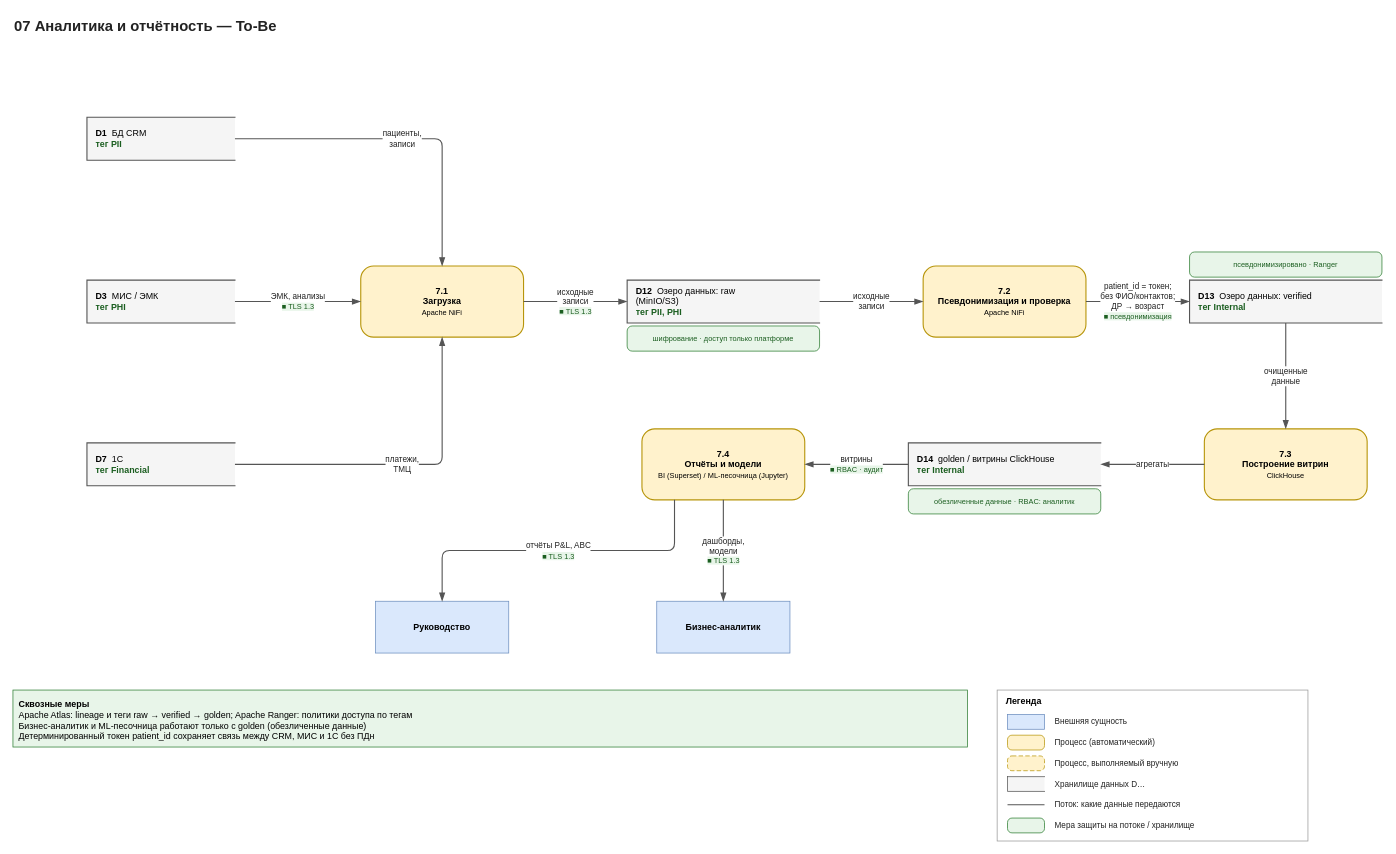
The draw.io diagram page "To-Be" (2 of 2) of Task1/dfd/07-analitika.drawio in iudanet/architecture-medikamente, before the edit. Source tidied: cells renumbered, new cells numbered last; positions are measured from the earlier drawing's top-left corner, leaving out a move shared by most shapes. Both pictures are drawn from the tidied source at 74%, with x=0, y=0 at pixel (13, 13).
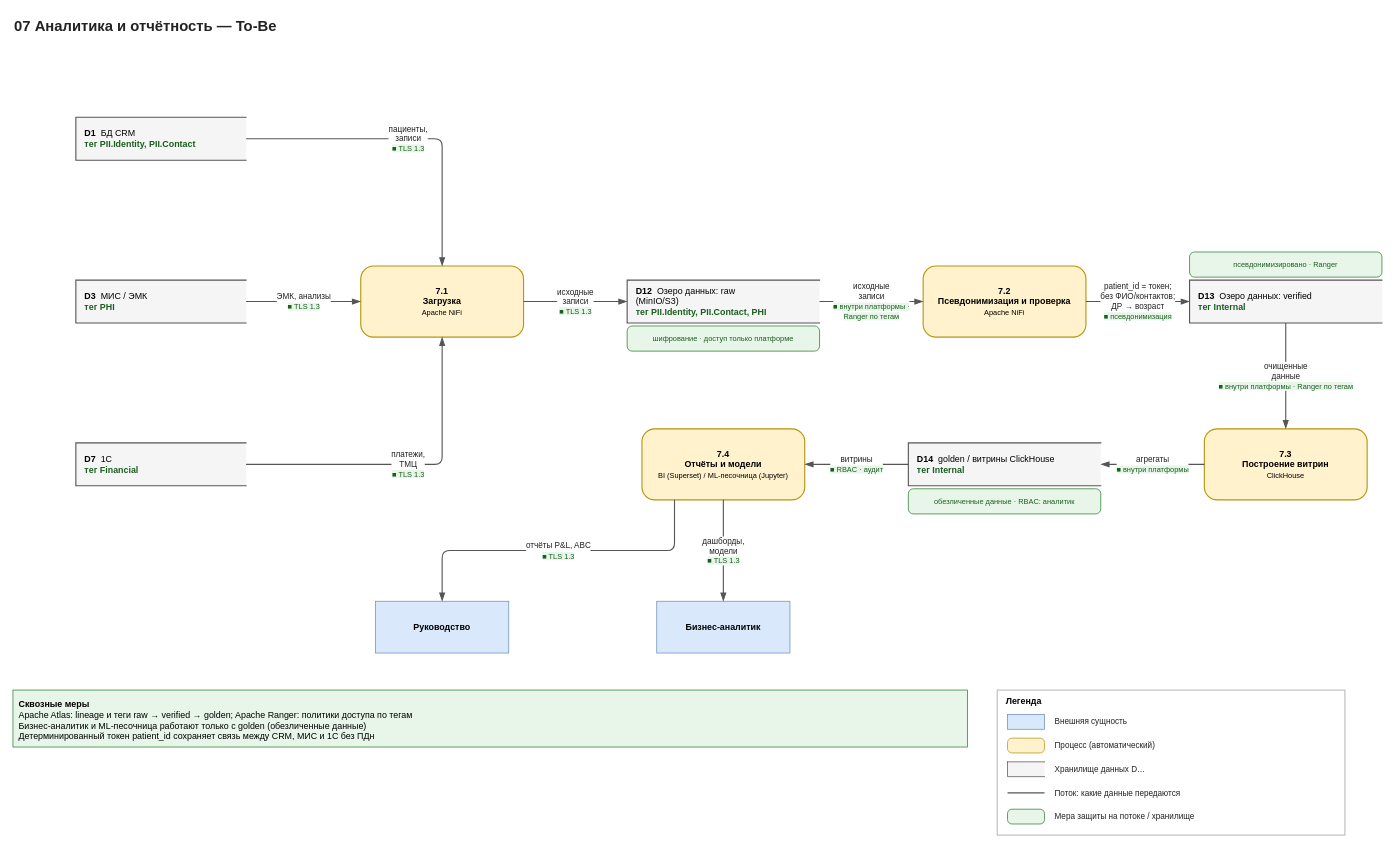
After the change.

Unchanged cells that the change refers to:
```xml
<mxCell id="6" value="&lt;b&gt;7.1&lt;/b&gt;&lt;br&gt;&lt;b&gt;Загрузка&lt;/b&gt;&lt;br&gt;&lt;span style=&quot;font-size:10px&quot;&gt;Apache NiFi&lt;/span&gt;" style="rounded=1;arcSize=18;whiteSpace=wrap;html=1;fillColor=#FFF2CC;strokeColor=#B7950B;strokeWidth=1.5;fontSize=12;spacing=4;" parent="1" vertex="1">
  <mxGeometry x="470" y="342" width="220" height="96" as="geometry" />
</mxCell>
<mxCell id="9" value="&lt;b&gt;7.2&lt;/b&gt;&lt;br&gt;&lt;b&gt;Псевдонимизация и проверка&lt;/b&gt;&lt;br&gt;&lt;span style=&quot;font-size:10px&quot;&gt;Apache NiFi&lt;/span&gt;" style="rounded=1;arcSize=18;whiteSpace=wrap;html=1;fillColor=#FFF2CC;strokeColor=#B7950B;strokeWidth=1.5;fontSize=12;spacing=4;" parent="1" vertex="1">
  <mxGeometry x="1230" y="342" width="220" height="96" as="geometry" />
</mxCell>
<mxCell id="10" value="&lt;b&gt;D13&lt;/b&gt;&amp;nbsp;&amp;nbsp;Озеро данных: verified&lt;br&gt;&lt;font color=&quot;#1B5E20&quot;&gt;&lt;b&gt;тег Internal&lt;/b&gt;&lt;/font&gt;" style="shape=partialRectangle;right=0;whiteSpace=wrap;html=1;fillColor=#F5F5F5;strokeColor=#555555;strokeWidth=1.5;fontSize=12;align=left;spacingLeft=10;" parent="1" vertex="1">
  <mxGeometry x="1590" y="361" width="260" height="58" as="geometry" />
</mxCell>
<mxCell id="12" value="&lt;b&gt;7.3&lt;/b&gt;&lt;br&gt;&lt;b&gt;Построение витрин&lt;/b&gt;&lt;br&gt;&lt;span style=&quot;font-size:10px&quot;&gt;ClickHouse&lt;/span&gt;" style="rounded=1;arcSize=18;whiteSpace=wrap;html=1;fillColor=#FFF2CC;strokeColor=#B7950B;strokeWidth=1.5;fontSize=12;spacing=4;" parent="1" vertex="1">
  <mxGeometry x="1610" y="562" width="220" height="96" as="geometry" />
</mxCell>
<mxCell id="13" value="&lt;b&gt;D14&lt;/b&gt;&amp;nbsp;&amp;nbsp;golden / витрины ClickHouse&lt;br&gt;&lt;font color=&quot;#1B5E20&quot;&gt;&lt;b&gt;тег Internal&lt;/b&gt;&lt;/font&gt;" style="shape=partialRectangle;right=0;whiteSpace=wrap;html=1;fillColor=#F5F5F5;strokeColor=#555555;strokeWidth=1.5;fontSize=12;align=left;spacingLeft=10;" parent="1" vertex="1">
  <mxGeometry x="1210" y="581" width="260" height="58" as="geometry" />
</mxCell>
```

Diff of the diagram source:
```diff
@@
-    <mxCell id="3" value="&lt;b&gt;D1&lt;/b&gt;&amp;nbsp;&amp;nbsp;БД CRM&lt;br&gt;&lt;font color=&quot;#1B5E20&quot;&gt;&lt;b&gt;тег PII&lt;/b&gt;&lt;/font&gt;" style="shape=partialRectangle;right=0;whiteSpace=wrap;html=1;fillColor=#F5F5F5;strokeColor=#555555;strokeWidth=1.5;fontSize=12;align=left;spacingLeft=10;" parent="1" vertex="1">
-      <mxGeometry x="100" y="141" width="200" height="58" as="geometry" />
+    <mxCell id="3" value="&lt;b&gt;D1&lt;/b&gt;&amp;nbsp;&amp;nbsp;БД CRM&lt;br&gt;&lt;font color=&quot;#1B5E20&quot;&gt;&lt;b&gt;тег PII.Identity, PII.Contact&lt;/b&gt;&lt;/font&gt;" style="shape=partialRectangle;right=0;whiteSpace=wrap;html=1;fillColor=#F5F5F5;strokeColor=#555555;strokeWidth=1.5;fontSize=12;align=left;spacingLeft=10;" parent="1" vertex="1">
+      <mxGeometry x="85" y="141" width="230" height="58" as="geometry" />
     </mxCell>
     <mxCell id="4" value="&lt;b&gt;D3&lt;/b&gt;&amp;nbsp;&amp;nbsp;МИС / ЭМК&lt;br&gt;&lt;font color=&quot;#1B5E20&quot;&gt;&lt;b&gt;тег PHI&lt;/b&gt;&lt;/font&gt;" style="shape=partialRectangle;right=0;whiteSpace=wrap;html=1;fillColor=#F5F5F5;strokeColor=#555555;strokeWidth=1.5;fontSize=12;align=left;spacingLeft=10;" parent="1" vertex="1">
-      <mxGeometry x="100" y="361" width="200" height="58" as="geometry" />
+      <mxGeometry x="85" y="361" width="230" height="58" as="geometry" />
     </mxCell>
     <mxCell id="5" value="&lt;b&gt;D7&lt;/b&gt;&amp;nbsp;&amp;nbsp;1С&lt;br&gt;&lt;font color=&quot;#1B5E20&quot;&gt;&lt;b&gt;тег Financial&lt;/b&gt;&lt;/font&gt;" style="shape=partialRectangle;right=0;whiteSpace=wrap;html=1;fillColor=#F5F5F5;strokeColor=#555555;strokeWidth=1.5;fontSize=12;align=left;spacingLeft=10;" parent="1" vertex="1">
-      <mxGeometry x="100" y="581" width="200" height="58" as="geometry" />
+      <mxGeometry x="85" y="581" width="230" height="58" as="geometry" />
     </mxCell>
@@
-    <mxCell id="7" value="&lt;b&gt;D12&lt;/b&gt;&amp;nbsp;&amp;nbsp;Озеро данных: raw&lt;br&gt;(MinIO/S3)&lt;br&gt;&lt;font color=&quot;#1B5E20&quot;&gt;&lt;b&gt;тег PII, PHI&lt;/b&gt;&lt;/font&gt;" style="shape=partialRectangle;right=0;whiteSpace=wrap;html=1;fillColor=#F5F5F5;strokeColor=#555555;strokeWidth=1.5;fontSize=12;align=left;spacingLeft=10;" parent="1" vertex="1">
+    <mxCell id="7" value="&lt;b&gt;D12&lt;/b&gt;&amp;nbsp;&amp;nbsp;Озеро данных: raw&lt;br&gt;(MinIO/S3)&lt;br&gt;&lt;font color=&quot;#1B5E20&quot;&gt;&lt;b&gt;тег PII.Identity, PII.Contact, PHI&lt;/b&gt;&lt;/font&gt;" style="shape=partialRectangle;right=0;whiteSpace=wrap;html=1;fillColor=#F5F5F5;strokeColor=#555555;strokeWidth=1.5;fontSize=12;align=left;spacingLeft=10;" parent="1" vertex="1">
       <mxGeometry x="830" y="361" width="260" height="58" as="geometry" />
     </mxCell>
@@
-    <mxCell id="18" value="пациенты,&lt;br&gt;записи" style="edgeStyle=orthogonalEdgeStyle;rounded=1;html=1;endArrow=blockThin;endFill=1;endSize=8;strokeColor=#555555;strokeWidth=1.5;fontSize=11;fontColor=#222222;labelBackgroundColor=#FFFFFF;jumpStyle=arc;jumpSize=10;exitX=1;exitY=0.5;exitDx=0;exitDy=0;entryX=0.5;entryY=0;entryDx=0;entryDy=0;" parent="1" edge="1" source="3" target="6">
+    <mxCell id="18" value="пациенты,&lt;br&gt;записи&lt;br&gt;&lt;span style=&quot;color:#1B5E20;background-color:#E8F5E9;font-size:10px;&quot;&gt;&amp;#9632; TLS 1.3&lt;/span&gt;" style="edgeStyle=orthogonalEdgeStyle;rounded=1;html=1;endArrow=blockThin;endFill=1;endSize=8;strokeColor=#555555;strokeWidth=1.5;fontSize=11;fontColor=#222222;labelBackgroundColor=#FFFFFF;jumpStyle=arc;jumpSize=10;exitX=1;exitY=0.5;exitDx=0;exitDy=0;entryX=0.5;entryY=0;entryDx=0;entryDy=0;" parent="1" edge="1" source="3" target="6">
       <mxGeometry relative="1" as="geometry" />
     </mxCell>
@@
-    <mxCell id="20" value="платежи,&lt;br&gt;ТМЦ" style="edgeStyle=orthogonalEdgeStyle;rounded=1;html=1;endArrow=blockThin;endFill=1;endSize=8;strokeColor=#555555;strokeWidth=1.5;fontSize=11;fontColor=#222222;labelBackgroundColor=#FFFFFF;jumpStyle=arc;jumpSize=10;exitX=1;exitY=0.5;exitDx=0;exitDy=0;entryX=0.5;entryY=1;entryDx=0;entryDy=0;" parent="1" edge="1" source="5" target="6">
+    <mxCell id="20" value="платежи,&lt;br&gt;ТМЦ&lt;br&gt;&lt;span style=&quot;color:#1B5E20;background-color:#E8F5E9;font-size:10px;&quot;&gt;&amp;#9632; TLS 1.3&lt;/span&gt;" style="edgeStyle=orthogonalEdgeStyle;rounded=1;html=1;endArrow=blockThin;endFill=1;endSize=8;strokeColor=#555555;strokeWidth=1.5;fontSize=11;fontColor=#222222;labelBackgroundColor=#FFFFFF;jumpStyle=arc;jumpSize=10;exitX=1;exitY=0.5;exitDx=0;exitDy=0;entryX=0.5;entryY=1;entryDx=0;entryDy=0;" parent="1" edge="1" source="5" target="6">
       <mxGeometry relative="1" as="geometry" />
     </mxCell>
@@
-    <mxCell id="22" value="исходные&lt;br&gt;записи" style="edgeStyle=orthogonalEdgeStyle;rounded=1;html=1;endArrow=blockThin;endFill=1;endSize=8;strokeColor=#555555;strokeWidth=1.5;fontSize=11;fontColor=#222222;labelBackgroundColor=#FFFFFF;jumpStyle=arc;jumpSize=10;" parent="1" edge="1" source="7" target="9">
+    <mxCell id="22" value="исходные&lt;br&gt;записи&lt;br&gt;&lt;span style=&quot;color:#1B5E20;background-color:#E8F5E9;font-size:10px;&quot;&gt;&amp;#9632; внутри платформы ·&lt;br&gt;Ranger по тегам&lt;/span&gt;" style="edgeStyle=orthogonalEdgeStyle;rounded=1;html=1;endArrow=blockThin;endFill=1;endSize=8;strokeColor=#555555;strokeWidth=1.5;fontSize=11;fontColor=#222222;labelBackgroundColor=#FFFFFF;jumpStyle=arc;jumpSize=10;" parent="1" edge="1" source="7" target="9">
       <mxGeometry relative="1" as="geometry" />
     </mxCell>
@@
-    <mxCell id="24" value="очищенные&lt;br&gt;данные" style="edgeStyle=orthogonalEdgeStyle;rounded=1;html=1;endArrow=blockThin;endFill=1;endSize=8;strokeColor=#555555;strokeWidth=1.5;fontSize=11;fontColor=#222222;labelBackgroundColor=#FFFFFF;jumpStyle=arc;jumpSize=10;" parent="1" edge="1" source="10" target="12">
+    <mxCell id="24" value="очищенные&lt;br&gt;данные&lt;br&gt;&lt;span style=&quot;color:#1B5E20;background-color:#E8F5E9;font-size:10px;&quot;&gt;&amp;#9632; внутри платформы · Ranger по тегам&lt;/span&gt;" style="edgeStyle=orthogonalEdgeStyle;rounded=1;html=1;endArrow=blockThin;endFill=1;endSize=8;strokeColor=#555555;strokeWidth=1.5;fontSize=11;fontColor=#222222;labelBackgroundColor=#FFFFFF;jumpStyle=arc;jumpSize=10;" parent="1" edge="1" source="10" target="12">
       <mxGeometry relative="1" as="geometry" />
     </mxCell>
-    <mxCell id="25" value="агрегаты" style="edgeStyle=orthogonalEdgeStyle;rounded=1;html=1;endArrow=blockThin;endFill=1;endSize=8;strokeColor=#555555;strokeWidth=1.5;fontSize=11;fontColor=#222222;labelBackgroundColor=#FFFFFF;jumpStyle=arc;jumpSize=10;" parent="1" edge="1" source="12" target="13">
+    <mxCell id="25" value="агрегаты&lt;br&gt;&lt;span style=&quot;color:#1B5E20;background-color:#E8F5E9;font-size:10px;&quot;&gt;&amp;#9632; внутри платформы&lt;/span&gt;" style="edgeStyle=orthogonalEdgeStyle;rounded=1;html=1;endArrow=blockThin;endFill=1;endSize=8;strokeColor=#555555;strokeWidth=1.5;fontSize=11;fontColor=#222222;labelBackgroundColor=#FFFFFF;jumpStyle=arc;jumpSize=10;" parent="1" edge="1" source="12" target="13">
       <mxGeometry relative="1" as="geometry" />
     </mxCell>
@@
     <mxCell id="30" value="&lt;b&gt;Легенда&lt;/b&gt;" style="rounded=0;whiteSpace=wrap;html=1;fillColor=#FFFFFF;strokeColor=#999999;align=left;verticalAlign=top;spacingLeft=10;spacingTop=2;fontSize=12;" parent="1" vertex="1">
-      <mxGeometry x="1330" y="915" width="420" height="204" as="geometry" />
+      <mxGeometry x="1330" y="915" width="470" height="196" as="geometry" />
     </mxCell>
@@
     <mxCell id="32" value="Внешняя сущность" style="text;html=1;whiteSpace=wrap;align=left;verticalAlign=middle;fontSize=11;fontColor=#222222;" parent="1" vertex="1">
-      <mxGeometry x="1406" y="945" width="336" height="26" as="geometry" />
+      <mxGeometry x="1406" y="943" width="386" height="30" as="geometry" />
     </mxCell>
     <mxCell id="33" style="rounded=1;arcSize=30;html=1;fillColor=#FFF2CC;strokeColor=#B7950B;" parent="1" vertex="1">
-      <mxGeometry x="1344" y="976" width="50" height="20" as="geometry" />
+      <mxGeometry x="1344" y="980" width="50" height="20" as="geometry" />
     </mxCell>
     <mxCell id="34" value="Процесс (автоматический)" style="text;html=1;whiteSpace=wrap;align=left;verticalAlign=middle;fontSize=11;fontColor=#222222;" parent="1" vertex="1">
-      <mxGeometry x="1406" y="973" width="336" height="26" as="geometry" />
+      <mxGeometry x="1406" y="975" width="386" height="30" as="geometry" />
     </mxCell>
-    <mxCell id="35" style="rounded=1;arcSize=30;html=1;fillColor=#FFF2CC;strokeColor=#B7950B;dashed=1;dashPattern=6 3;" parent="1" vertex="1">
-      <mxGeometry x="1344" y="1004" width="50" height="20" as="geometry" />
+    <mxCell id="35" style="shape=partialRectangle;right=0;html=1;fillColor=#F5F5F5;strokeColor=#555555;" parent="1" vertex="1">
+      <mxGeometry x="1344" y="1012" width="50" height="20" as="geometry" />
     </mxCell>
-    <mxCell id="36" value="Процесс, выполняемый вручную" style="text;html=1;whiteSpace=wrap;align=left;verticalAlign=middle;fontSize=11;fontColor=#222222;" parent="1" vertex="1">
-      <mxGeometry x="1406" y="1001" width="336" height="26" as="geometry" />
+    <mxCell id="36" value="Хранилище данных D…" style="text;html=1;whiteSpace=wrap;align=left;verticalAlign=middle;fontSize=11;fontColor=#222222;" parent="1" vertex="1">
+      <mxGeometry x="1406" y="1007" width="386" height="30" as="geometry" />
     </mxCell>
-    <mxCell id="37" style="shape=partialRectangle;right=0;html=1;fillColor=#F5F5F5;strokeColor=#555555;" parent="1" vertex="1">
-      <mxGeometry x="1344" y="1032" width="50" height="20" as="geometry" />
+    <mxCell id="37" style="shape=line;html=1;strokeColor=#555555;strokeWidth=1.5;" parent="1" vertex="1">
+      <mxGeometry x="1344" y="1048" width="50" height="12" as="geometry" />
     </mxCell>
-    <mxCell id="38" value="Хранилище данных D…" style="text;html=1;whiteSpace=wrap;align=left;verticalAlign=middle;fontSize=11;fontColor=#222222;" parent="1" vertex="1">
-      <mxGeometry x="1406" y="1029" width="336" height="26" as="geometry" />
+    <mxCell id="38" value="Поток: какие данные передаются" style="text;html=1;whiteSpace=wrap;align=left;verticalAlign=middle;fontSize=11;fontColor=#222222;" parent="1" vertex="1">
+      <mxGeometry x="1406" y="1039" width="386" height="30" as="geometry" />
     </mxCell>
-    <mxCell id="39" style="shape=line;html=1;strokeColor=#555555;strokeWidth=1.5;" parent="1" vertex="1">
-      <mxGeometry x="1344" y="1064" width="50" height="12" as="geometry" />
+    <mxCell id="39" style="rounded=1;arcSize=30;html=1;fillColor=#E8F5E9;strokeColor=#2E7D32;" parent="1" vertex="1">
+      <mxGeometry x="1344" y="1076" width="50" height="20" as="geometry" />
     </mxCell>
-    <mxCell id="40" value="Поток: какие данные передаются" style="text;html=1;whiteSpace=wrap;align=left;verticalAlign=middle;fontSize=11;fontColor=#222222;" parent="1" vertex="1">
-      <mxGeometry x="1406" y="1057" width="336" height="26" as="geometry" />
+    <mxCell id="40" value="Мера защиты на потоке / хранилище" style="text;html=1;whiteSpace=wrap;align=left;verticalAlign=middle;fontSize=11;fontColor=#222222;" parent="1" vertex="1">
+      <mxGeometry x="1406" y="1071" width="386" height="30" as="geometry" />
     </mxCell>
-    <mxCell id="41" style="rounded=1;arcSize=30;html=1;fillColor=#E8F5E9;strokeColor=#2E7D32;" parent="1" vertex="1">
-      <mxGeometry x="1344" y="1088" width="50" height="20" as="geometry" />
-    </mxCell>
-    <mxCell id="42" value="Мера защиты на потоке / хранилище" style="text;html=1;whiteSpace=wrap;align=left;verticalAlign=middle;fontSize=11;fontColor=#222222;" parent="1" vertex="1">
-      <mxGeometry x="1406" y="1085" width="336" height="26" as="geometry" />
-    </mxCell>
```
